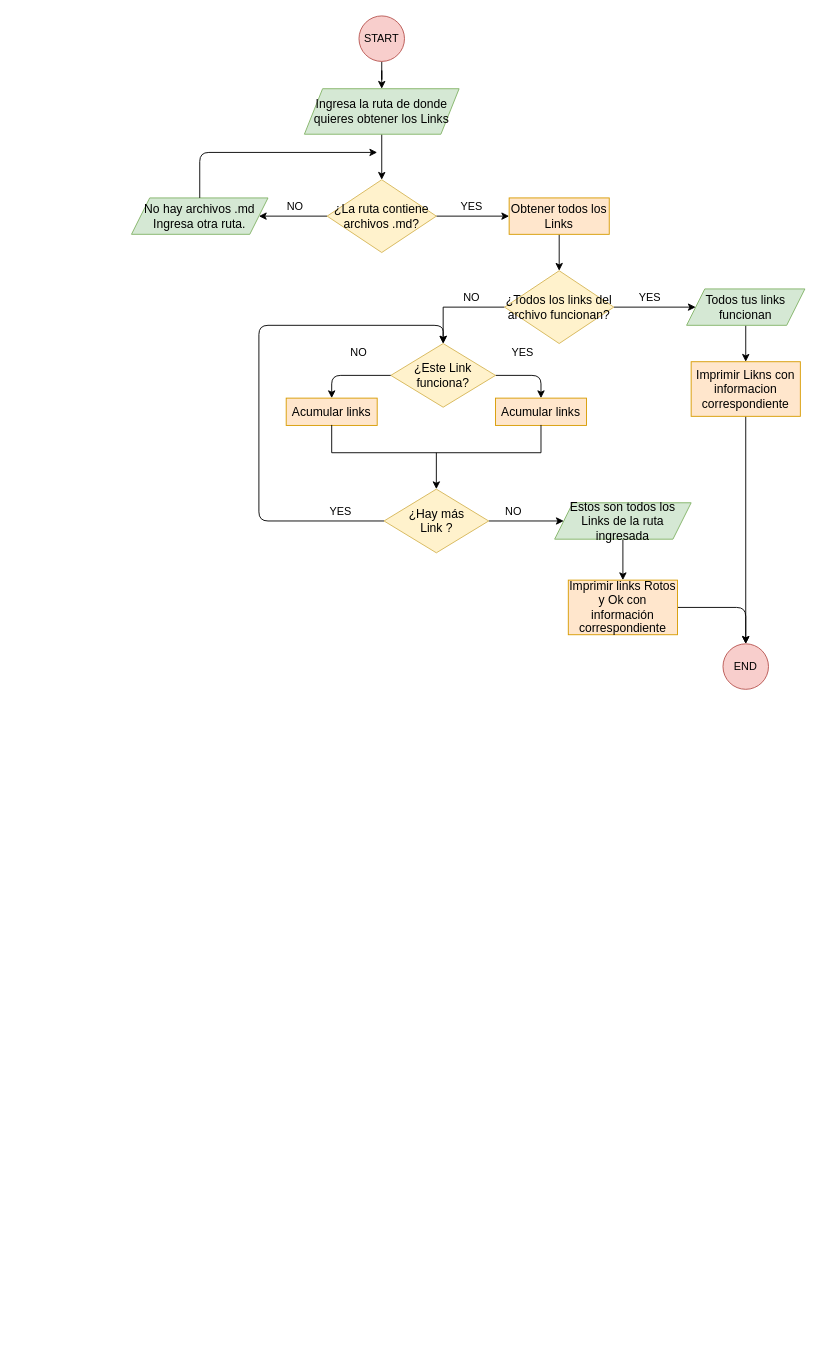
Before: Untitled Diagram.drawio in AndreVivs/CDMX010-md-links, a draw.io diagram. Source tidied: cells renumbered, new cells numbered last; positions are measured from the earlier drawing's top-left corner, leaving out a move shared by most shapes. Both pictures are drawn from the tidied source at 91%, with x=0, y=0 at pixel (131, 15).
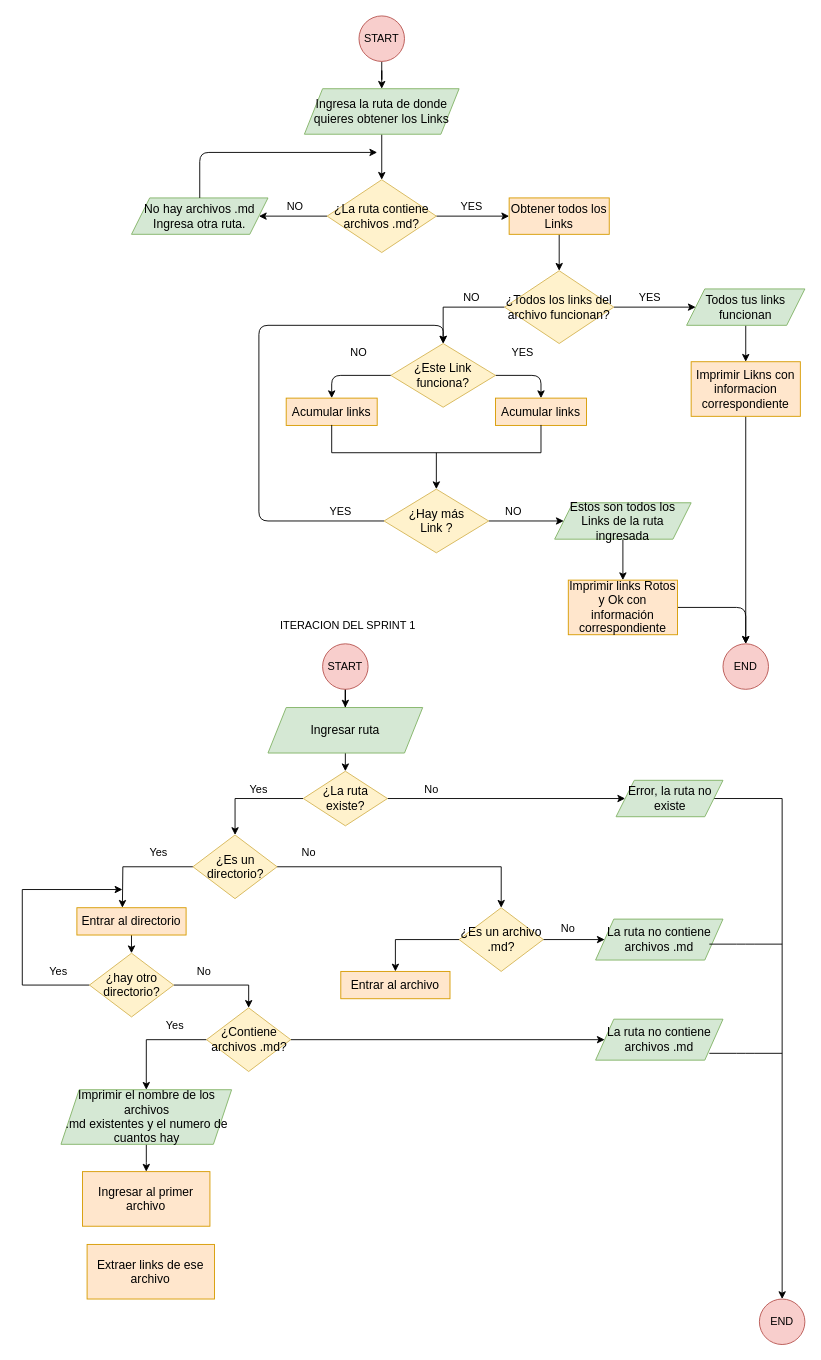
The same page after the edit.

The edit, as a diff of the source:
```diff
@@
+    <mxCell id="44" style="edgeStyle=orthogonalEdgeStyle;rounded=0;jettySize=auto;html=1;" parent="1" edge="1" source="45" target="47">
+      <mxGeometry relative="1" as="geometry" />
+    </mxCell>
+    <mxCell id="45" value="START" style="ellipse;whiteSpace=wrap;html=1;fillColor=#f8cecc;strokeColor=#b85450;" parent="1" vertex="1">
+      <mxGeometry x="210" y="690" width="50" height="50" as="geometry" />
+    </mxCell>
+    <mxCell id="46" style="edgeStyle=orthogonalEdgeStyle;rounded=0;jettySize=auto;html=1;" parent="1" edge="1" source="47" target="50">
+      <mxGeometry relative="1" as="geometry" />
+    </mxCell>
+    <mxCell id="47" value="&lt;font face=&quot;noto_regular&quot;&gt;&lt;span style=&quot;font-size: 13.3333px&quot;&gt;Ingresar ruta&lt;/span&gt;&lt;/font&gt;" style="shape=parallelogram;perimeter=parallelogramPerimeter;whiteSpace=wrap;html=1;fixedSize=1;fillColor=#d5e8d4;strokeColor=#82b366;" parent="1" vertex="1">
+      <mxGeometry x="150" y="760" width="170" height="50" as="geometry" />
+    </mxCell>
+    <mxCell id="48" style="edgeStyle=orthogonalEdgeStyle;rounded=0;jettySize=auto;html=1;" parent="1" edge="1" source="50" target="55">
+      <mxGeometry relative="1" as="geometry" />
+    </mxCell>
+    <mxCell id="49" style="edgeStyle=orthogonalEdgeStyle;rounded=0;jettySize=auto;html=1;entryX=0;entryY=0.5;entryDx=0;entryDy=0;" parent="1" edge="1" source="50" target="52">
+      <mxGeometry relative="1" as="geometry" />
+    </mxCell>
+    <mxCell id="50" value="&lt;font face=&quot;noto_regular&quot;&gt;&lt;span style=&quot;font-size: 13.3333px&quot;&gt;¿La ruta &lt;br&gt;existe?&lt;/span&gt;&lt;/font&gt;" style="rhombus;whiteSpace=wrap;html=1;fillColor=#fff2cc;strokeColor=#d6b656;" parent="1" vertex="1">
+      <mxGeometry x="188.8" y="830" width="92.5" height="60" as="geometry" />
+    </mxCell>
+    <mxCell id="51" style="edgeStyle=orthogonalEdgeStyle;rounded=0;jettySize=auto;html=1;entryX=0.5;entryY=0;entryDx=0;entryDy=0;" parent="1" edge="1" source="52" target="82">
+      <mxGeometry relative="1" as="geometry" />
+    </mxCell>
+    <mxCell id="52" value="&lt;font face=&quot;noto_regular&quot;&gt;&lt;span style=&quot;font-size: 13.3333px&quot;&gt;Error, la ruta no existe&lt;/span&gt;&lt;/font&gt;" style="shape=parallelogram;perimeter=parallelogramPerimeter;whiteSpace=wrap;html=1;fixedSize=1;fillColor=#d5e8d4;strokeColor=#82b366;" parent="1" vertex="1">
+      <mxGeometry x="532.5" y="840" width="117.5" height="40" as="geometry" />
+    </mxCell>
+    <mxCell id="53" style="edgeStyle=orthogonalEdgeStyle;rounded=0;jettySize=auto;html=1;" parent="1" edge="1" source="55">
+      <mxGeometry relative="1" as="geometry">
+        <mxPoint x="-10" y="980" as="targetPoint" />
+      </mxGeometry>
+    </mxCell>
+    <mxCell id="54" style="edgeStyle=orthogonalEdgeStyle;rounded=0;jettySize=auto;html=1;entryX=0.5;entryY=0;entryDx=0;entryDy=0;" parent="1" edge="1" source="55" target="76">
+      <mxGeometry relative="1" as="geometry" />
+    </mxCell>
+    <mxCell id="55" value="&lt;font face=&quot;noto_regular&quot;&gt;&lt;span style=&quot;font-size: 13.3333px&quot;&gt;¿Es un directorio?&lt;/span&gt;&lt;/font&gt;" style="rhombus;whiteSpace=wrap;html=1;fillColor=#fff2cc;strokeColor=#d6b656;" parent="1" vertex="1">
+      <mxGeometry x="67.5" y="900" width="92.5" height="70" as="geometry" />
+    </mxCell>
+    <mxCell id="56" value="Yes" style="text;html=1;strokeColor=none;fillColor=none;align=center;verticalAlign=middle;whiteSpace=wrap;rounded=0;" parent="1" vertex="1">
+      <mxGeometry x="120" y="840" width="40" height="20" as="geometry" />
+    </mxCell>
+    <mxCell id="57" value="No" style="text;html=1;strokeColor=none;fillColor=none;align=center;verticalAlign=middle;whiteSpace=wrap;rounded=0;" parent="1" vertex="1">
+      <mxGeometry x="310" y="840" width="40" height="20" as="geometry" />
+    </mxCell>
+    <mxCell id="58" value="Yes" style="text;html=1;strokeColor=none;fillColor=none;align=center;verticalAlign=middle;whiteSpace=wrap;rounded=0;" parent="1" vertex="1">
+      <mxGeometry x="10" y="910" width="40" height="20" as="geometry" />
+    </mxCell>
+    <mxCell id="59" value="No" style="text;html=1;strokeColor=none;fillColor=none;align=center;verticalAlign=middle;whiteSpace=wrap;rounded=0;" parent="1" vertex="1">
+      <mxGeometry x="175" y="910" width="40" height="20" as="geometry" />
+    </mxCell>
+    <mxCell id="60" style="edgeStyle=orthogonalEdgeStyle;rounded=0;jettySize=auto;html=1;" parent="1" edge="1" source="61" target="64">
+      <mxGeometry relative="1" as="geometry" />
+    </mxCell>
+    <mxCell id="61" value="&lt;font face=&quot;noto_regular&quot;&gt;&lt;span style=&quot;font-size: 13.3333px&quot;&gt;Entrar al directorio&lt;/span&gt;&lt;/font&gt;" style="rounded=0;whiteSpace=wrap;html=1;fillColor=#ffe6cc;strokeColor=#d79b00;" parent="1" vertex="1">
+      <mxGeometry x="-60" y="980" width="120" height="30" as="geometry" />
+    </mxCell>
+    <mxCell id="62" style="edgeStyle=orthogonalEdgeStyle;rounded=0;jettySize=auto;html=1;exitX=0;exitY=0.5;exitDx=0;exitDy=0;" parent="1" edge="1" source="64">
+      <mxGeometry relative="1" as="geometry">
+        <mxPoint x="-10" y="960" as="targetPoint" />
+        <Array as="points">
+          <mxPoint x="-46" y="1065" />
+          <mxPoint x="-120" y="1065" />
+          <mxPoint x="-120" y="960" />
+        </Array>
+      </mxGeometry>
+    </mxCell>
+    <mxCell id="63" style="edgeStyle=orthogonalEdgeStyle;rounded=0;jettySize=auto;html=1;entryX=0.5;entryY=0;entryDx=0;entryDy=0;" parent="1" edge="1" source="64" target="68">
+      <mxGeometry relative="1" as="geometry" />
+    </mxCell>
+    <mxCell id="64" value="&lt;font face=&quot;noto_regular&quot;&gt;&lt;span style=&quot;font-size: 13.3333px&quot;&gt;¿hay otro directorio?&lt;/span&gt;&lt;/font&gt;" style="rhombus;whiteSpace=wrap;html=1;fillColor=#fff2cc;strokeColor=#d6b656;" parent="1" vertex="1">
+      <mxGeometry x="-46.2" y="1030" width="92.5" height="70" as="geometry" />
+    </mxCell>
+    <mxCell id="65" value="Yes" style="text;html=1;strokeColor=none;fillColor=none;align=center;verticalAlign=middle;whiteSpace=wrap;rounded=0;" parent="1" vertex="1">
+      <mxGeometry x="-100" y="1040" width="40" height="20" as="geometry" />
+    </mxCell>
+    <mxCell id="66" style="edgeStyle=orthogonalEdgeStyle;rounded=0;jettySize=auto;html=1;entryX=0.5;entryY=0;entryDx=0;entryDy=0;exitX=0;exitY=0.5;exitDx=0;exitDy=0;" parent="1" edge="1" source="68" target="72">
+      <mxGeometry relative="1" as="geometry" />
+    </mxCell>
+    <mxCell id="67" style="edgeStyle=orthogonalEdgeStyle;rounded=0;jettySize=auto;html=1;entryX=0;entryY=0.5;entryDx=0;entryDy=0;" parent="1" edge="1" source="68" target="81">
+      <mxGeometry relative="1" as="geometry" />
+    </mxCell>
+    <mxCell id="68" value="&lt;font face=&quot;noto_regular&quot;&gt;&lt;span style=&quot;font-size: 13.3333px&quot;&gt;¿Contiene archivos .md?&lt;/span&gt;&lt;/font&gt;" style="rhombus;whiteSpace=wrap;html=1;fillColor=#fff2cc;strokeColor=#d6b656;" parent="1" vertex="1">
+      <mxGeometry x="82.5" y="1090" width="92.5" height="70" as="geometry" />
+    </mxCell>
+    <mxCell id="69" value="No" style="text;html=1;strokeColor=none;fillColor=none;align=center;verticalAlign=middle;whiteSpace=wrap;rounded=0;" parent="1" vertex="1">
+      <mxGeometry x="60" y="1040" width="40" height="20" as="geometry" />
+    </mxCell>
+    <mxCell id="70" value="&lt;font face=&quot;noto_regular&quot;&gt;&lt;span style=&quot;font-size: 13.3333px&quot;&gt;Ingresar al primer archivo&lt;/span&gt;&lt;/font&gt;" style="rounded=0;whiteSpace=wrap;html=1;fillColor=#ffe6cc;strokeColor=#d79b00;" parent="1" vertex="1">
+      <mxGeometry x="-53.8" y="1270" width="140" height="60" as="geometry" />
+    </mxCell>
+    <mxCell id="71" style="edgeStyle=orthogonalEdgeStyle;rounded=0;jettySize=auto;html=1;" parent="1" edge="1" source="72" target="70">
+      <mxGeometry relative="1" as="geometry" />
+    </mxCell>
+    <mxCell id="72" value="&lt;font face=&quot;noto_regular&quot;&gt;&lt;span style=&quot;font-size: 13.3333px&quot;&gt;Imprimir el nombre de los archivos&lt;/span&gt;&lt;/font&gt;&lt;font face=&quot;noto_regular&quot;&gt;&lt;span style=&quot;font-size: 13.3333px&quot;&gt;&lt;br&gt;.md existentes y el numero de cuantos hay&lt;/span&gt;&lt;/font&gt;" style="shape=parallelogram;perimeter=parallelogramPerimeter;whiteSpace=wrap;html=1;fixedSize=1;fillColor=#d5e8d4;strokeColor=#82b366;" parent="1" vertex="1">
+      <mxGeometry x="-77.5" y="1180" width="187.5" height="60" as="geometry" />
+    </mxCell>
+    <mxCell id="73" value="&lt;font face=&quot;noto_regular&quot;&gt;&lt;span style=&quot;font-size: 13.3333px&quot;&gt;Extraer links de ese archivo&lt;/span&gt;&lt;/font&gt;" style="rounded=0;whiteSpace=wrap;html=1;fillColor=#ffe6cc;strokeColor=#d79b00;" parent="1" vertex="1">
+      <mxGeometry x="-48.8" y="1350" width="140" height="60" as="geometry" />
+    </mxCell>
+    <mxCell id="74" style="edgeStyle=orthogonalEdgeStyle;rounded=0;jettySize=auto;html=1;entryX=0;entryY=0.5;entryDx=0;entryDy=0;" parent="1" edge="1" source="76" target="77">
+      <mxGeometry relative="1" as="geometry" />
+    </mxCell>
+    <mxCell id="75" style="edgeStyle=orthogonalEdgeStyle;rounded=0;jettySize=auto;html=1;entryX=0.5;entryY=0;entryDx=0;entryDy=0;" parent="1" edge="1" source="76" target="79">
+      <mxGeometry relative="1" as="geometry" />
+    </mxCell>
+    <mxCell id="76" value="&lt;font face=&quot;noto_regular&quot;&gt;&lt;span style=&quot;font-size: 13.3333px&quot;&gt;¿Es un archivo .md?&lt;br&gt;&lt;/span&gt;&lt;/font&gt;" style="rhombus;whiteSpace=wrap;html=1;fillColor=#fff2cc;strokeColor=#d6b656;" parent="1" vertex="1">
+      <mxGeometry x="360" y="980" width="92.5" height="70" as="geometry" />
+    </mxCell>
+    <mxCell id="77" value="&lt;font face=&quot;noto_regular&quot;&gt;&lt;span style=&quot;font-size: 13.3333px&quot;&gt;La ruta no contiene archivos .md&lt;/span&gt;&lt;/font&gt;" style="shape=parallelogram;perimeter=parallelogramPerimeter;whiteSpace=wrap;html=1;fixedSize=1;fillColor=#d5e8d4;strokeColor=#82b366;" parent="1" vertex="1">
+      <mxGeometry x="510" y="992.5" width="140" height="45" as="geometry" />
+    </mxCell>
+    <mxCell id="78" value="No" style="text;html=1;strokeColor=none;fillColor=none;align=center;verticalAlign=middle;whiteSpace=wrap;rounded=0;" parent="1" vertex="1">
+      <mxGeometry x="460" y="992.5" width="40" height="20" as="geometry" />
+    </mxCell>
+    <mxCell id="79" value="&lt;font face=&quot;noto_regular&quot;&gt;&lt;span style=&quot;font-size: 13.3333px&quot;&gt;Entrar al archivo&lt;/span&gt;&lt;/font&gt;" style="rounded=0;whiteSpace=wrap;html=1;fillColor=#ffe6cc;strokeColor=#d79b00;" parent="1" vertex="1">
+      <mxGeometry x="230" y="1050" width="120" height="30" as="geometry" />
+    </mxCell>
+    <mxCell id="80" value="Yes" style="text;html=1;strokeColor=none;fillColor=none;align=center;verticalAlign=middle;whiteSpace=wrap;rounded=0;" parent="1" vertex="1">
+      <mxGeometry x="27.5" y="1100" width="40" height="20" as="geometry" />
+    </mxCell>
+    <mxCell id="81" value="&lt;font face=&quot;noto_regular&quot;&gt;&lt;span style=&quot;font-size: 13.3333px&quot;&gt;La ruta no contiene archivos .md&lt;/span&gt;&lt;/font&gt;" style="shape=parallelogram;perimeter=parallelogramPerimeter;whiteSpace=wrap;html=1;fixedSize=1;fillColor=#d5e8d4;strokeColor=#82b366;" parent="1" vertex="1">
+      <mxGeometry x="510" y="1102.5" width="140" height="45" as="geometry" />
+    </mxCell>
+    <mxCell id="82" value="END" style="ellipse;whiteSpace=wrap;html=1;fillColor=#f8cecc;strokeColor=#b85450;" parent="1" vertex="1">
+      <mxGeometry x="690" y="1410" width="50" height="50" as="geometry" />
+    </mxCell>
+    <mxCell id="83" style="endArrow=none;html=1;" parent="1" edge="1">
+      <mxGeometry relative="1" as="geometry">
+        <mxPoint x="635" y="1020" as="sourcePoint" />
+        <mxPoint x="715" y="1020" as="targetPoint" />
+        <Array as="points">
+          <mxPoint x="675" y="1020" />
+        </Array>
+      </mxGeometry>
+    </mxCell>
+    <mxCell id="84" style="endArrow=none;html=1;" parent="1" edge="1">
+      <mxGeometry relative="1" as="geometry">
+        <mxPoint x="635" y="1140" as="sourcePoint" />
+        <mxPoint x="715" y="1140" as="targetPoint" />
+        <Array as="points">
+          <mxPoint x="675" y="1140" />
+        </Array>
+      </mxGeometry>
+    </mxCell>
+    <mxCell id="85" value="ITERACION DEL SPRINT 1" style="text;html=1;strokeColor=none;fillColor=none;align=center;verticalAlign=middle;whiteSpace=wrap;rounded=0;" parent="1" vertex="1">
+      <mxGeometry x="66.2" y="660" width="343.8" height="20" as="geometry" />
+    </mxCell>
```
